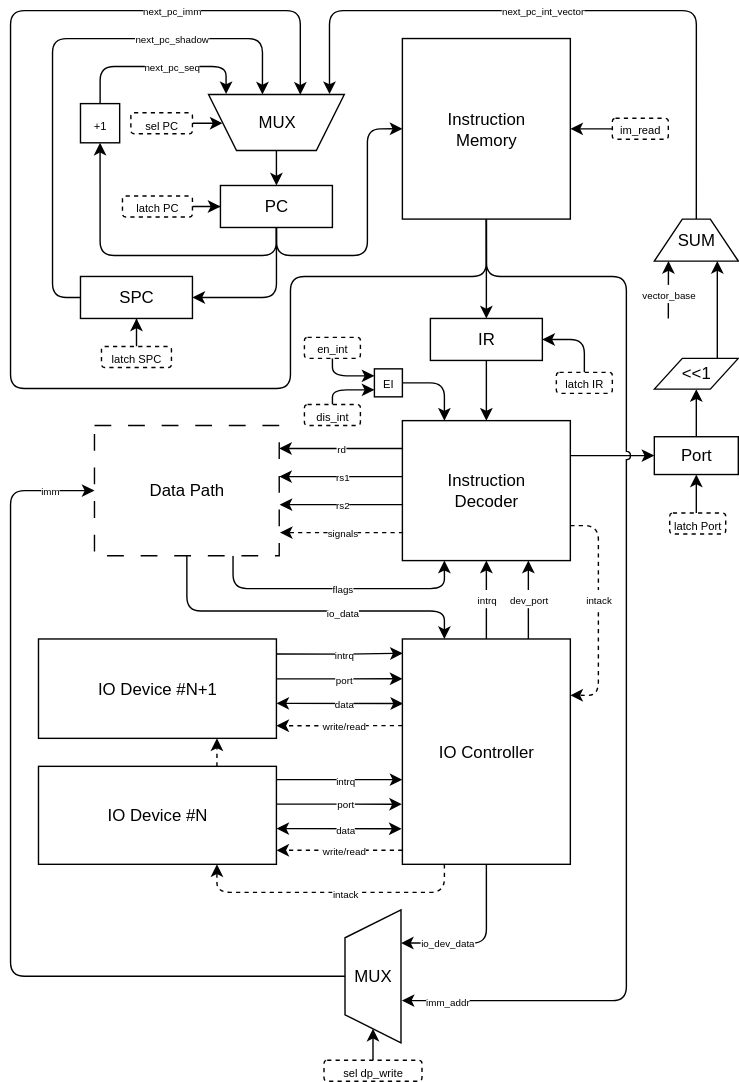
Earlier version of the draw.io export img/ControlUnit.svg (mip3x/csa-lab-iv). Source tidied: cells renumbered, new cells last; positions are measured from the earlier drawing's top-left corner, leaving out a move shared by most shapes.
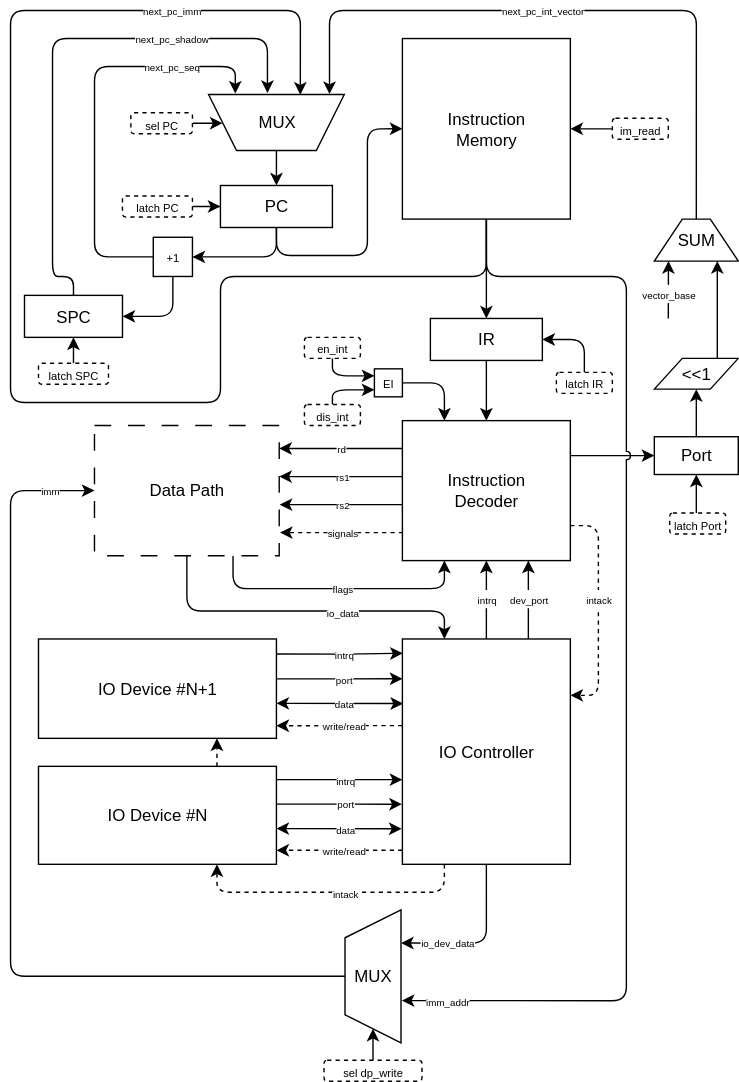
The same diagram one commit later.

What changed in the source:
```diff
@@ -2,6 +2,25 @@
   <root>
     <mxCell id="0" />
     <mxCell id="1" parent="0" />
+    <mxCell id="43" style="edgeStyle=orthogonalEdgeStyle;rounded=1;jettySize=auto;html=1;entryX=0.566;entryY=1.028;entryDx=0;entryDy=0;entryPerimeter=0;curved=0;exitX=0.5;exitY=0;exitDx=0;exitDy=0;" parent="1" edge="1" source="44" target="28">
+      <mxGeometry relative="1" as="geometry">
+        <Array as="points">
+          <mxPoint x="45" y="191" />
+          <mxPoint x="30" y="191" />
+          <mxPoint x="30" y="21" />
+          <mxPoint x="184" y="21" />
+        </Array>
+      </mxGeometry>
+    </mxCell>
+    <mxCell id="38" style="edgeStyle=orthogonalEdgeStyle;rounded=1;jettySize=auto;html=1;exitX=0;exitY=0.5;exitDx=0;exitDy=0;entryX=0.803;entryY=1.017;entryDx=0;entryDy=0;entryPerimeter=0;curved=0;" parent="1" edge="1" source="39" target="28">
+      <mxGeometry relative="1" as="geometry">
+        <Array as="points">
+          <mxPoint x="60" y="177" />
+          <mxPoint x="60" y="41" />
+          <mxPoint x="161" y="41" />
+        </Array>
+      </mxGeometry>
+    </mxCell>
     <mxCell id="2" style="edgeStyle=orthogonalEdgeStyle;rounded=1;jettySize=auto;html=1;exitX=0.5;exitY=0;exitDx=0;exitDy=0;entryX=0.109;entryY=1.008;entryDx=0;entryDy=0;entryPerimeter=0;curved=0;" parent="1" edge="1" source="88" target="28">
       <mxGeometry relative="1" as="geometry">
         <Array as="points">
@@ -47,9 +66,9 @@
       <mxGeometry relative="1" as="geometry">
         <Array as="points">
           <mxPoint x="340" y="191" />
-          <mxPoint x="200" y="191" />
-          <mxPoint x="200" y="271" />
-          <mxPoint y="271" />
+          <mxPoint x="150" y="191" />
+          <mxPoint x="150" y="281" />
+          <mxPoint y="281" />
           <mxPoint y="1" />
           <mxPoint x="207" y="1" />
         </Array>
@@ -82,17 +101,9 @@
     <mxCell id="15" style="edgeStyle=orthogonalEdgeStyle;rounded=1;jettySize=auto;html=1;exitX=0.5;exitY=1;exitDx=0;exitDy=0;entryX=0;entryY=0.5;entryDx=0;entryDy=0;curved=0;" parent="1" edge="1" source="18" target="34">
       <mxGeometry relative="1" as="geometry" />
     </mxCell>
-    <mxCell id="16" style="edgeStyle=orthogonalEdgeStyle;rounded=1;jettySize=auto;html=1;exitX=0.5;exitY=1;exitDx=0;exitDy=0;entryX=0.5;entryY=1;entryDx=0;entryDy=0;curved=0;" parent="1" edge="1" source="18" target="39">
-      <mxGeometry relative="1" as="geometry">
-        <Array as="points">
-          <mxPoint x="190" y="176" />
-          <mxPoint x="64" y="176" />
-        </Array>
-      </mxGeometry>
+    <mxCell id="16" style="edgeStyle=orthogonalEdgeStyle;rounded=1;jettySize=auto;html=1;exitX=0.5;exitY=1;exitDx=0;exitDy=0;entryX=1;entryY=0.5;entryDx=0;entryDy=0;curved=0;" parent="1" edge="1" source="18" target="39">
+      <mxGeometry relative="1" as="geometry" />
     </mxCell>
-    <mxCell id="17" style="edgeStyle=orthogonalEdgeStyle;rounded=1;jettySize=auto;html=1;exitX=0.5;exitY=1;exitDx=0;exitDy=0;entryX=1;entryY=0.5;entryDx=0;entryDy=0;curved=0;" parent="1" edge="1" source="18" target="44">
-      <mxGeometry relative="1" as="geometry" />
-    </mxCell>
     <mxCell id="18" value="PC" style="rounded=0;whiteSpace=wrap;html=1;" parent="1" vertex="1">
       <mxGeometry x="150" y="126" width="80" height="30" as="geometry" />
     </mxCell>
@@ -168,17 +179,15 @@
         <mxPoint x="-2" y="-2" as="offset" />
       </mxGeometry>
     </mxCell>
-    <mxCell id="38" style="edgeStyle=orthogonalEdgeStyle;rounded=1;jettySize=auto;html=1;entryX=0.869;entryY=1.007;entryDx=0;entryDy=0;curved=0;entryPerimeter=0;" parent="1" edge="1" source="39" target="28">
-      <mxGeometry relative="1" as="geometry">
-        <Array as="points">
-          <mxPoint x="64" y="41" />
-          <mxPoint x="154" y="41" />
-          <mxPoint x="154" y="61" />
-        </Array>
-      </mxGeometry>
-    </mxCell>
+    <mxCell id="99" style="edgeStyle=orthogonalEdgeStyle;rounded=1;jettySize=auto;html=1;exitX=0.5;exitY=1;exitDx=0;exitDy=0;entryX=1;entryY=0.5;entryDx=0;entryDy=0;curved=0;" parent="1" edge="1" source="39" target="44">
+      <mxGeometry relative="1" as="geometry">
+        <Array as="points">
+          <mxPoint x="116" y="219" />
+        </Array>
+      </mxGeometry>
+    </mxCell>
     <mxCell id="39" value="&lt;font style=&quot;font-size: 8px;&quot;&gt;+1&lt;/font&gt;" style="whiteSpace=wrap;html=1;" parent="1" vertex="1">
-      <mxGeometry x="50" y="67.5" width="28" height="28" as="geometry" />
+      <mxGeometry x="102" y="163" width="28" height="28" as="geometry" />
     </mxCell>
     <mxCell id="40" style="edgeStyle=orthogonalEdgeStyle;rounded=0;jettySize=auto;html=1;exitX=1;exitY=0.5;exitDx=0;exitDy=0;entryX=1;entryY=0.5;entryDx=0;entryDy=0;" parent="1" edge="1" source="41" target="28">
       <mxGeometry relative="1" as="geometry" />
@@ -189,23 +198,14 @@
     <mxCell id="42" value="&lt;font style=&quot;font-size: 7px;&quot;&gt;flags&lt;/font&gt;" style="edgeLabel;html=1;align=center;verticalAlign=middle;" parent="1" vertex="1">
       <mxGeometry x="236.5" y="413" as="geometry" />
     </mxCell>
-    <mxCell id="43" style="edgeStyle=orthogonalEdgeStyle;rounded=1;jettySize=auto;html=1;exitX=0;exitY=0.5;exitDx=0;exitDy=0;curved=0;entryX=0.603;entryY=1;entryDx=0;entryDy=0;entryPerimeter=0;" parent="1" edge="1" source="44" target="28">
-      <mxGeometry relative="1" as="geometry">
-        <Array as="points">
-          <mxPoint x="30" y="206" />
-          <mxPoint x="30" y="21" />
-          <mxPoint x="180" y="21" />
-        </Array>
-      </mxGeometry>
-    </mxCell>
     <mxCell id="44" value="SPC" style="rounded=0;whiteSpace=wrap;html=1;" parent="1" vertex="1">
-      <mxGeometry x="50" y="191" width="80" height="30" as="geometry" />
+      <mxGeometry x="10" y="204.5" width="70" height="30" as="geometry" />
     </mxCell>
-    <mxCell id="45" style="edgeStyle=orthogonalEdgeStyle;rounded=0;jettySize=auto;html=1;" parent="1" edge="1" source="46" target="44">
+    <mxCell id="45" style="edgeStyle=orthogonalEdgeStyle;rounded=0;jettySize=auto;html=1;exitX=0.5;exitY=0;exitDx=0;exitDy=0;entryX=0.5;entryY=1;entryDx=0;entryDy=0;" parent="1" edge="1" source="46" target="44">
       <mxGeometry relative="1" as="geometry" />
     </mxCell>
     <mxCell id="46" value="&lt;font style=&quot;font-size: 8px;&quot;&gt;latch SPC&lt;/font&gt;" style="rounded=1;whiteSpace=wrap;html=1;dashed=1;" parent="1" vertex="1">
-      <mxGeometry x="65" y="241" width="50" height="15" as="geometry" />
+      <mxGeometry x="20" y="253" width="50" height="15" as="geometry" />
     </mxCell>
     <mxCell id="47" style="edgeStyle=orthogonalEdgeStyle;rounded=1;jettySize=auto;html=1;exitX=1;exitY=0.5;exitDx=0;exitDy=0;entryX=0.25;entryY=0;entryDx=0;entryDy=0;curved=0;" parent="1" edge="1" source="48" target="32">
       <mxGeometry relative="1" as="geometry">
```
